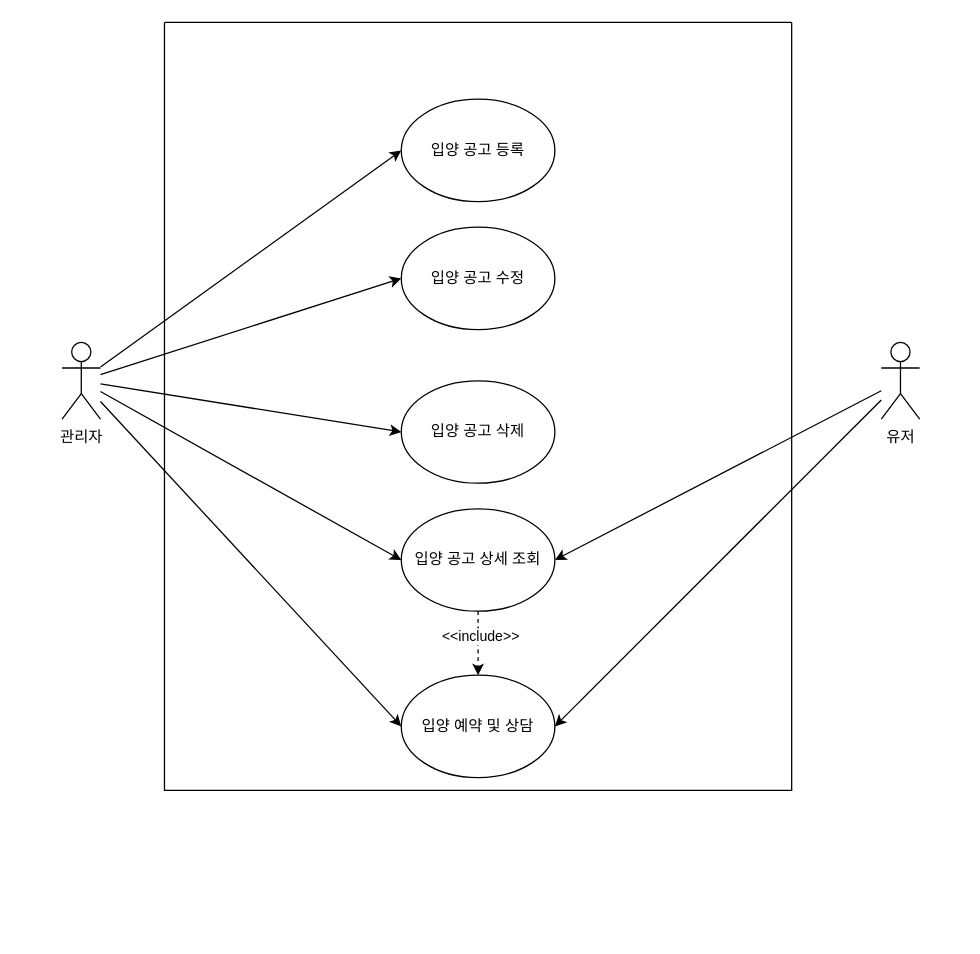
The draw.io diagram 제목 없는 다이어그램.drawio in networkSorcerer/project, before the edit. Source tidied: cells renumbered, new cells numbered last; positions are measured from the earlier drawing's top-left corner, leaving out a move shared by most shapes. Both pictures are drawn from the tidied source at 128%, with x=0, y=0 at pixel (61, 22).
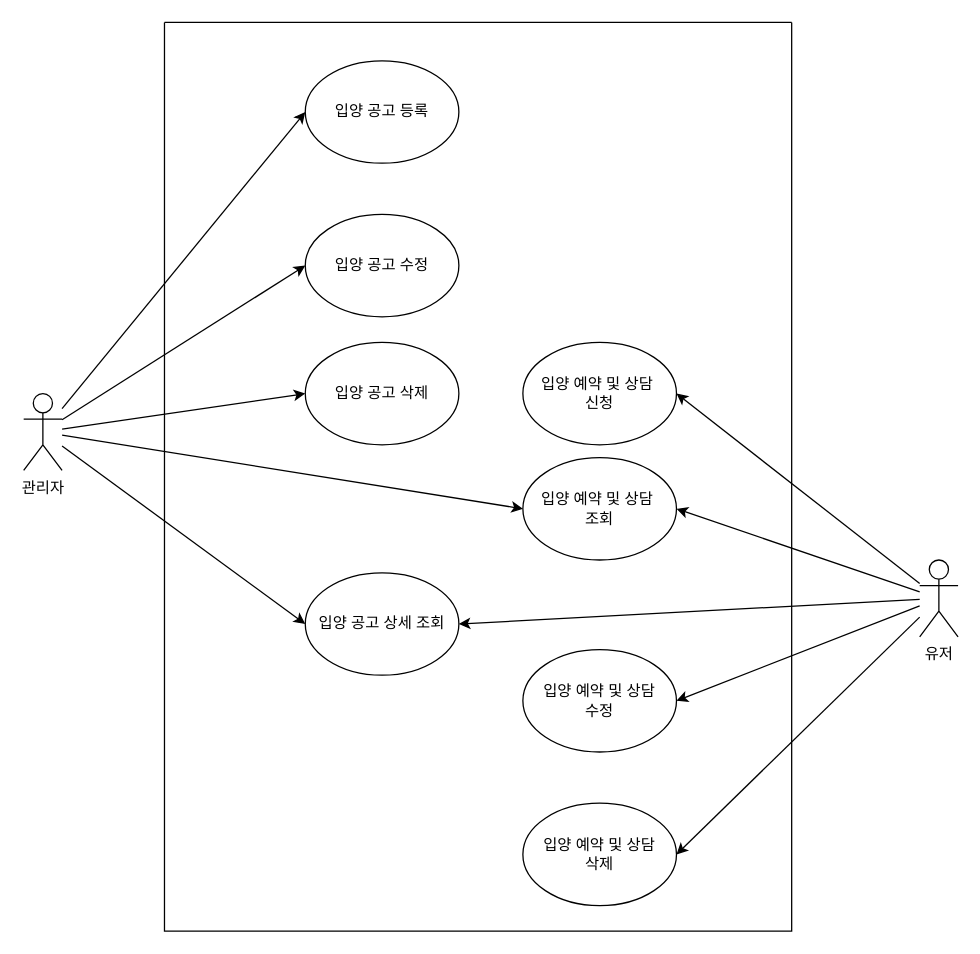
After the change.

Commit message:
제목 없는 다이어그램.drawio 업데이트

Diff of the diagram source:
```diff
@@
     <mxCell id="2" style="swimlane;startSize=0;" parent="1" vertex="1">
-      <mxGeometry x="80" width="490" height="600" as="geometry" />
+      <mxGeometry x="80" width="490" height="710" as="geometry" />
     </mxCell>
     <mxCell id="3" value="입양 공고 등록" style="ellipse;whiteSpace=wrap;html=1;" parent="2" vertex="1">
-      <mxGeometry x="185" y="60" width="120" height="80" as="geometry" />
+      <mxGeometry x="110" y="30" width="120" height="80" as="geometry" />
     </mxCell>
     <mxCell id="4" value="입양 공고 수정" style="ellipse;whiteSpace=wrap;html=1;" parent="2" vertex="1">
-      <mxGeometry x="185" y="160" width="120" height="80" as="geometry" />
+      <mxGeometry x="110" y="150" width="120" height="80" as="geometry" />
     </mxCell>
     <mxCell id="5" value="입양 공고 삭제" style="ellipse;whiteSpace=wrap;html=1;" parent="2" vertex="1">
-      <mxGeometry x="185" y="280" width="120" height="80" as="geometry" />
+      <mxGeometry x="110" y="250" width="120" height="80" as="geometry" />
     </mxCell>
-    <mxCell id="6" style="edgeStyle=orthogonalEdgeStyle;rounded=0;jettySize=auto;html=1;entryX=0.5;entryY=0;entryDx=0;entryDy=0;dashed=1;" parent="2" edge="1" source="8" target="9">
-      <mxGeometry relative="1" as="geometry" />
-    </mxCell>
-    <mxCell id="7" value="&amp;lt;&amp;lt;include&amp;gt;&amp;gt;" style="edgeLabel;html=1;align=center;verticalAlign=middle;" parent="6" vertex="1">
-      <mxGeometry x="-0.24" y="1" relative="1" as="geometry" />
-    </mxCell>
     <mxCell id="8" value="입양 공고 상세 조회" style="ellipse;whiteSpace=wrap;html=1;" parent="2" vertex="1">
-      <mxGeometry x="185" y="380" width="120" height="80" as="geometry" />
+      <mxGeometry x="110" y="430" width="120" height="80" as="geometry" />
     </mxCell>
-    <mxCell id="9" value="입양 예약 및 상담" style="ellipse;whiteSpace=wrap;html=1;" parent="2" vertex="1">
-      <mxGeometry x="185" y="510" width="120" height="80" as="geometry" />
-    </mxCell>
+    <mxCell id="19" value="입양 예약 및 상담 &lt;br&gt;수정" style="ellipse;whiteSpace=wrap;html=1;" parent="2" vertex="1">
+      <mxGeometry x="280" y="490" width="120" height="80" as="geometry" />
+    </mxCell>
+    <mxCell id="20" value="입양 예약 및 상담 &lt;br&gt;삭제" style="ellipse;whiteSpace=wrap;html=1;" parent="2" vertex="1">
+      <mxGeometry x="280" y="610" width="120" height="80" as="geometry" />
+    </mxCell>
+    <mxCell id="21" value="입양 예약 및 상담&amp;nbsp;&lt;br&gt;신청" style="ellipse;whiteSpace=wrap;html=1;" parent="2" vertex="1">
+      <mxGeometry x="280" y="250" width="120" height="80" as="geometry" />
+    </mxCell>
+    <mxCell id="22" value="입양 예약 및 상담&amp;nbsp;&lt;br&gt;조회" style="ellipse;whiteSpace=wrap;html=1;" parent="2" vertex="1">
+      <mxGeometry x="280" y="340" width="120" height="80" as="geometry" />
+    </mxCell>
@@
-    <mxCell id="14" style="rounded=0;jettySize=auto;html=1;entryX=0;entryY=0.5;entryDx=0;entryDy=0;" parent="1" edge="1" source="15" target="9">
-      <mxGeometry relative="1" as="geometry" />
-    </mxCell>
+    <mxCell id="23" style="rounded=0;jettySize=auto;html=1;entryX=0;entryY=0.5;entryDx=0;entryDy=0;" parent="1" edge="1" source="15" target="22">
+      <mxGeometry relative="1" as="geometry" />
+    </mxCell>
     <mxCell id="15" value="관리자" style="shape=umlActor;verticalLabelPosition=bottom;verticalAlign=top;html=1;outlineConnect=0;" parent="1" vertex="1">
-      <mxGeometry y="250" width="30" height="60" as="geometry" />
+      <mxGeometry x="-30" y="290" width="30" height="60" as="geometry" />
     </mxCell>
@@
-    <mxCell id="17" style="rounded=0;jettySize=auto;html=1;entryX=1;entryY=0.5;entryDx=0;entryDy=0;" parent="1" edge="1" source="18" target="9">
-      <mxGeometry relative="1" as="geometry" />
-    </mxCell>
+    <mxCell id="24" style="rounded=0;jettySize=auto;html=1;entryX=1;entryY=0.5;entryDx=0;entryDy=0;" parent="1" edge="1" source="18" target="19">
+      <mxGeometry relative="1" as="geometry" />
+    </mxCell>
+    <mxCell id="25" style="rounded=0;jettySize=auto;html=1;entryX=1;entryY=0.5;entryDx=0;entryDy=0;" parent="1" edge="1" source="18" target="20">
+      <mxGeometry relative="1" as="geometry" />
+    </mxCell>
+    <mxCell id="26" style="rounded=0;jettySize=auto;html=1;entryX=1;entryY=0.5;entryDx=0;entryDy=0;" parent="1" edge="1" source="18" target="22">
+      <mxGeometry relative="1" as="geometry" />
+    </mxCell>
+    <mxCell id="27" style="rounded=0;jettySize=auto;html=1;entryX=1;entryY=0.5;entryDx=0;entryDy=0;" parent="1" edge="1" source="18" target="21">
+      <mxGeometry relative="1" as="geometry" />
+    </mxCell>
     <mxCell id="18" value="유저&lt;div&gt;&lt;br/&gt;&lt;/div&gt;" style="shape=umlActor;verticalLabelPosition=bottom;verticalAlign=top;html=1;outlineConnect=0;" parent="1" vertex="1">
-      <mxGeometry x="640" y="250" width="30" height="60" as="geometry" />
+      <mxGeometry x="670" y="420" width="30" height="60" as="geometry" />
     </mxCell>
```
